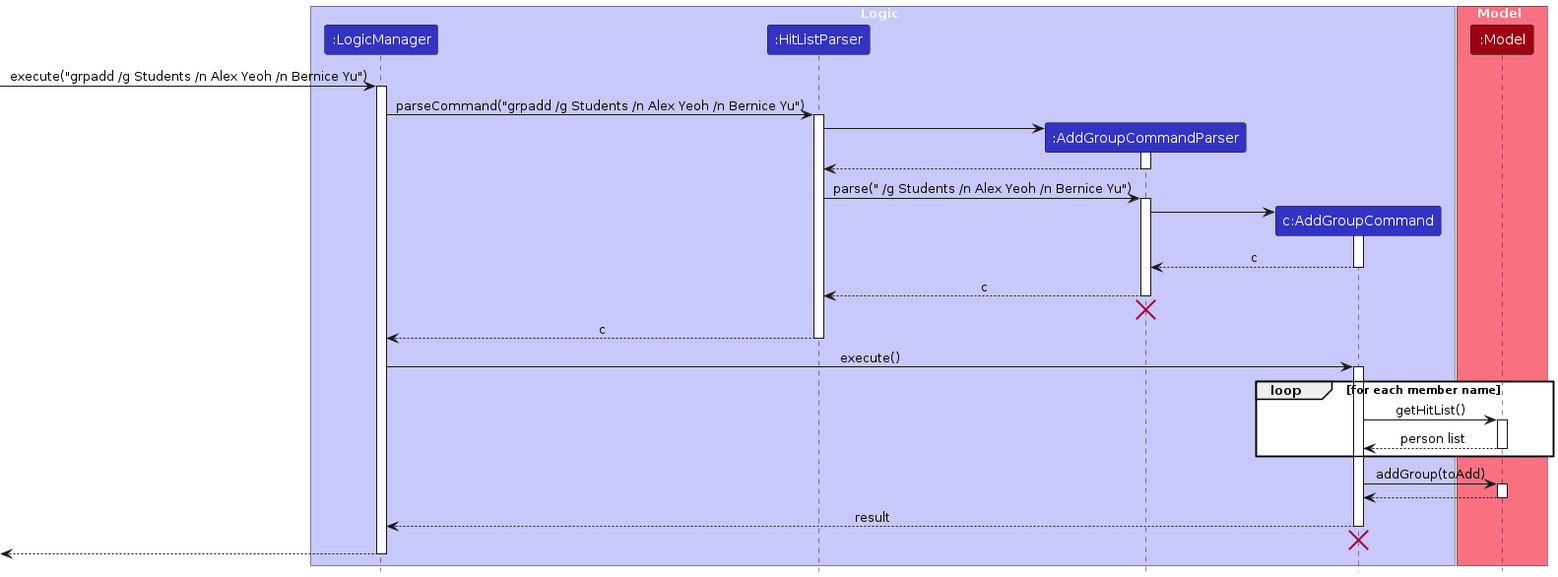
The PlantUML diagram diagrams/add-group/GroupAddSequenceDiagram-Logic.png in AY2526S2-CS2103T-W11-2/tp, before a commit. Its source is kept beside it as diagrams/add-group/GroupAddSequenceDiagram-Logic.puml.
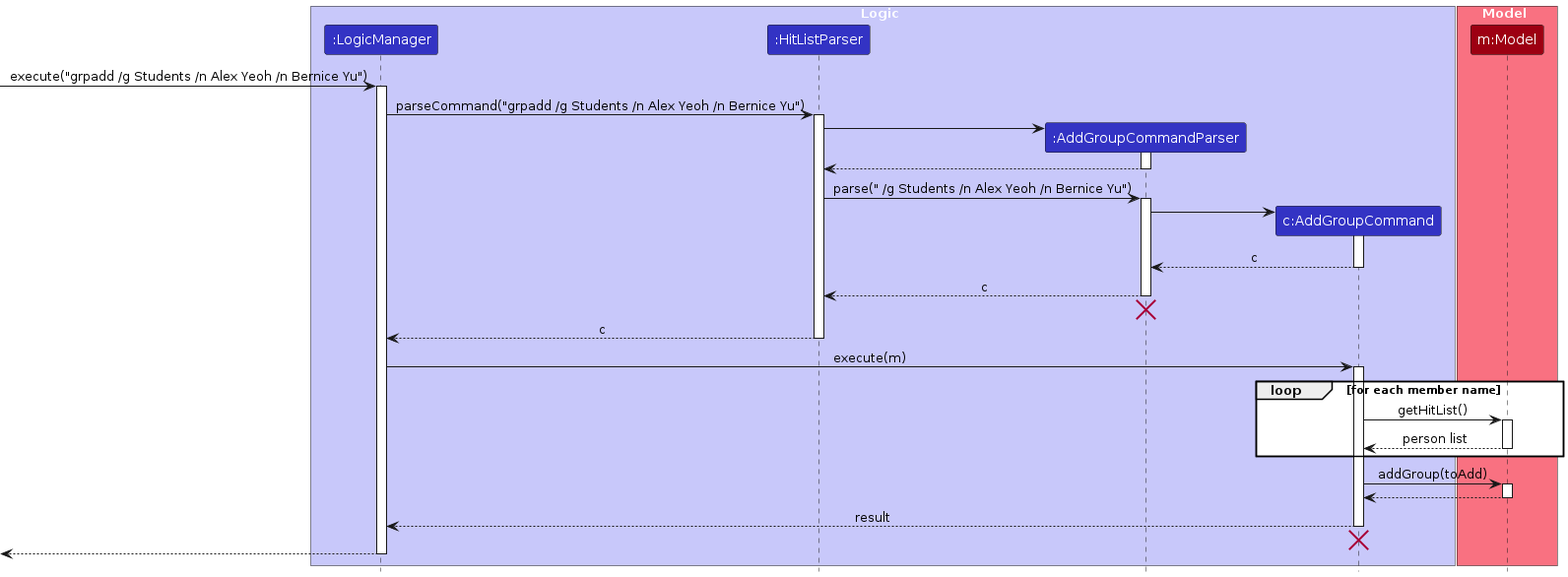
After the change.

The edit, as a diff of the source:
```diff
@@ -11,7 +11,7 @@
 end box
 
 box Model MODEL_COLOR_T1
-participant ":Model" as Model MODEL_COLOR
+participant "m:Model" as Model MODEL_COLOR
 end box
 
 [-> LogicManager : execute("grpadd /g Students /n Alex Yeoh /n Bernice Yu")
@@ -46,7 +46,7 @@
 HitListParser --> LogicManager : c
 deactivate HitListParser
 
-LogicManager -> AddGroupCommand : execute()
+LogicManager -> AddGroupCommand : execute(m)
 activate AddGroupCommand
 
 loop for each member name
```
